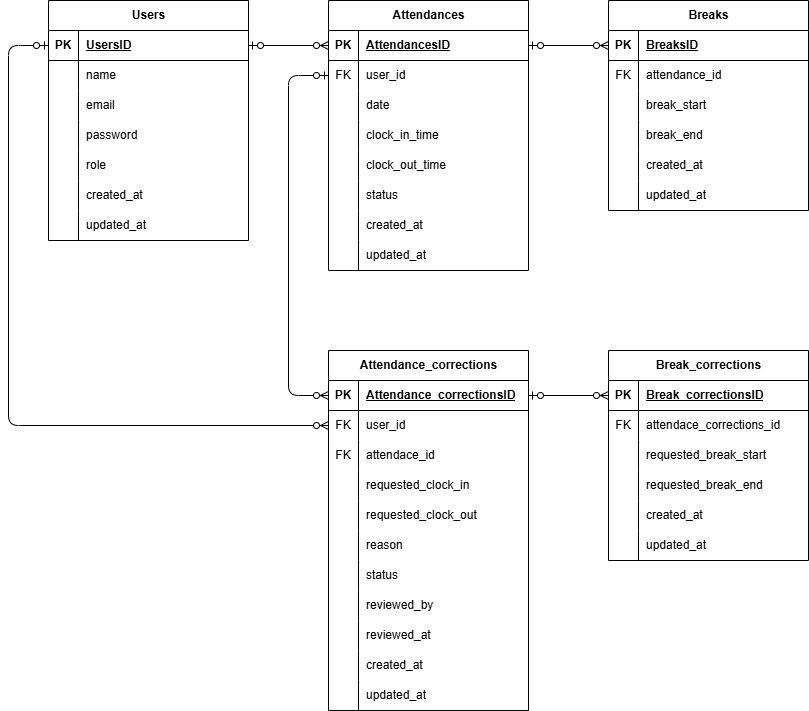
orochan89/attendance-management-app keeps this draw.io diagram as ER.drawio.png. Above is the earlier version. Source tidied: cells renumbered, new cells last; positions are measured from the earlier drawing's top-left corner, leaving out a move shared by most shapes.
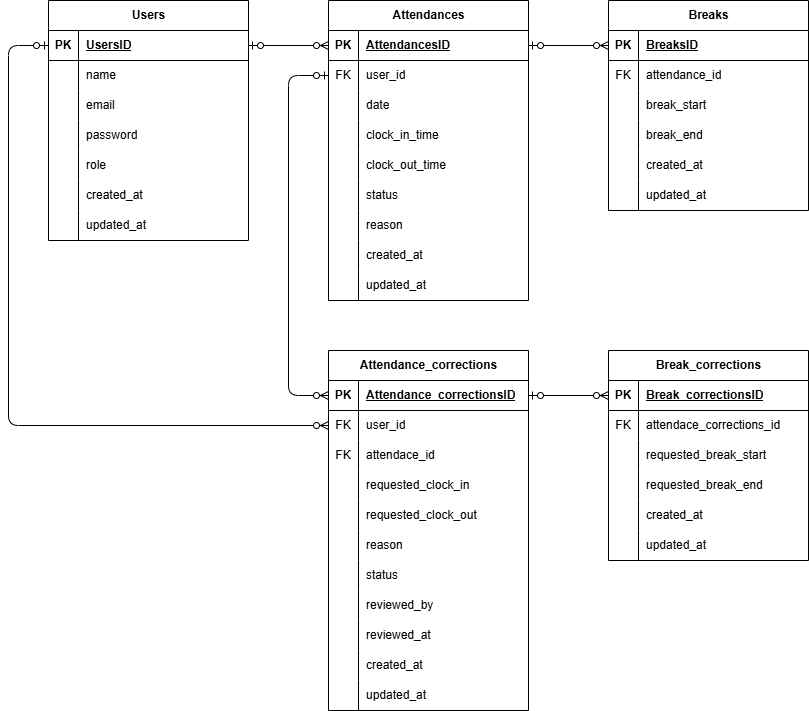
The same diagram one commit later.

Diff of the diagram source:
```diff
@@ -69,7 +69,7 @@
       <mxGeometry x="30" width="170" height="30" as="geometry" />
     </mxCell>
     <mxCell id="24" value="Attendances" style="shape=table;startSize=30;rowLines=0;fontStyle=1;align=center;html=1;" parent="1" vertex="1">
-      <mxGeometry x="320" width="200" height="270" as="geometry" />
+      <mxGeometry x="320" width="200" height="300" as="geometry" />
     </mxCell>
     <mxCell id="25" style="shape=tableRow;horizontal=0;startSize=0;swimlaneHead=0;swimlaneBody=0;fillColor=none;points=[[0,0.5],[1,0.5]];portConstraint=eastwest;top=0;left=0;right=0;bottom=1;" parent="24" vertex="1">
       <mxGeometry y="30" width="200" height="30" as="geometry" />
@@ -125,8 +125,17 @@
     <mxCell id="42" value="status" style="shape=partialRectangle;fillColor=none;top=0;left=0;bottom=0;right=0;align=left;spacingLeft=6;overflow=hidden;whiteSpace=wrap;html=1;" parent="40" vertex="1">
       <mxGeometry x="30" width="170" height="30" as="geometry" />
     </mxCell>
+    <mxCell id="126" style="shape=tableRow;horizontal=0;startSize=0;swimlaneHead=0;swimlaneBody=0;fillColor=none;top=0;left=0;right=0;bottom=0;" parent="24" vertex="1">
+      <mxGeometry y="210" width="200" height="30" as="geometry" />
+    </mxCell>
+    <mxCell id="127" style="shape=partialRectangle;fillColor=none;top=0;left=0;bottom=0;right=0;overflow=hidden;whiteSpace=wrap;html=1;" parent="126" vertex="1">
+      <mxGeometry width="30" height="30" as="geometry" />
+    </mxCell>
+    <mxCell id="128" value="reason" style="shape=partialRectangle;fillColor=none;top=0;left=0;bottom=0;right=0;align=left;spacingLeft=6;overflow=hidden;whiteSpace=wrap;html=1;" parent="126" vertex="1">
+      <mxGeometry x="30" width="170" height="30" as="geometry" />
+    </mxCell>
     <mxCell id="43" style="shape=tableRow;horizontal=0;startSize=0;swimlaneHead=0;swimlaneBody=0;fillColor=none;top=0;left=0;right=0;bottom=0;" parent="24" vertex="1">
-      <mxGeometry y="210" width="200" height="30" as="geometry" />
+      <mxGeometry y="240" width="200" height="30" as="geometry" />
     </mxCell>
     <mxCell id="44" style="shape=partialRectangle;fillColor=none;top=0;left=0;bottom=0;right=0;overflow=hidden;whiteSpace=wrap;html=1;" parent="43" vertex="1">
       <mxGeometry width="30" height="30" as="geometry" />
@@ -135,7 +144,7 @@
       <mxGeometry x="30" width="170" height="30" as="geometry" />
     </mxCell>
     <mxCell id="46" style="shape=tableRow;horizontal=0;startSize=0;swimlaneHead=0;swimlaneBody=0;fillColor=none;top=0;left=0;right=0;bottom=0;" parent="24" vertex="1">
-      <mxGeometry y="240" width="200" height="30" as="geometry" />
+      <mxGeometry y="270" width="200" height="30" as="geometry" />
     </mxCell>
     <mxCell id="47" style="shape=partialRectangle;fillColor=none;top=0;left=0;bottom=0;right=0;overflow=hidden;whiteSpace=wrap;html=1;" parent="46" vertex="1">
       <mxGeometry width="30" height="30" as="geometry" />
```
